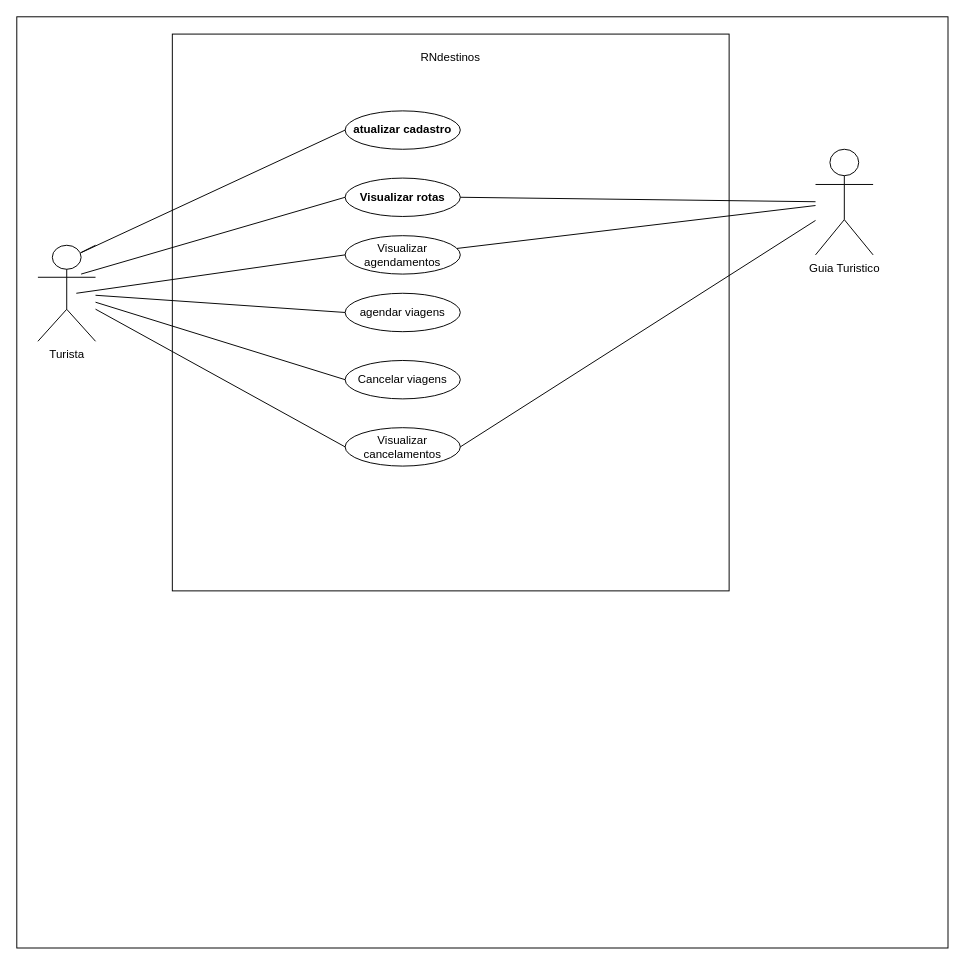
The draw.io diagram documentos/diagramas_casos_de_uso.drawio in manuoliveiraa2/RNdestinos, before the edit. Source tidied: cells renumbered, new cells numbered last; positions are measured from the earlier drawing's top-left corner, leaving out a move shared by most shapes. Both pictures are drawn from the tidied source at 96%, with x=0, y=0 at pixel (16, 16).
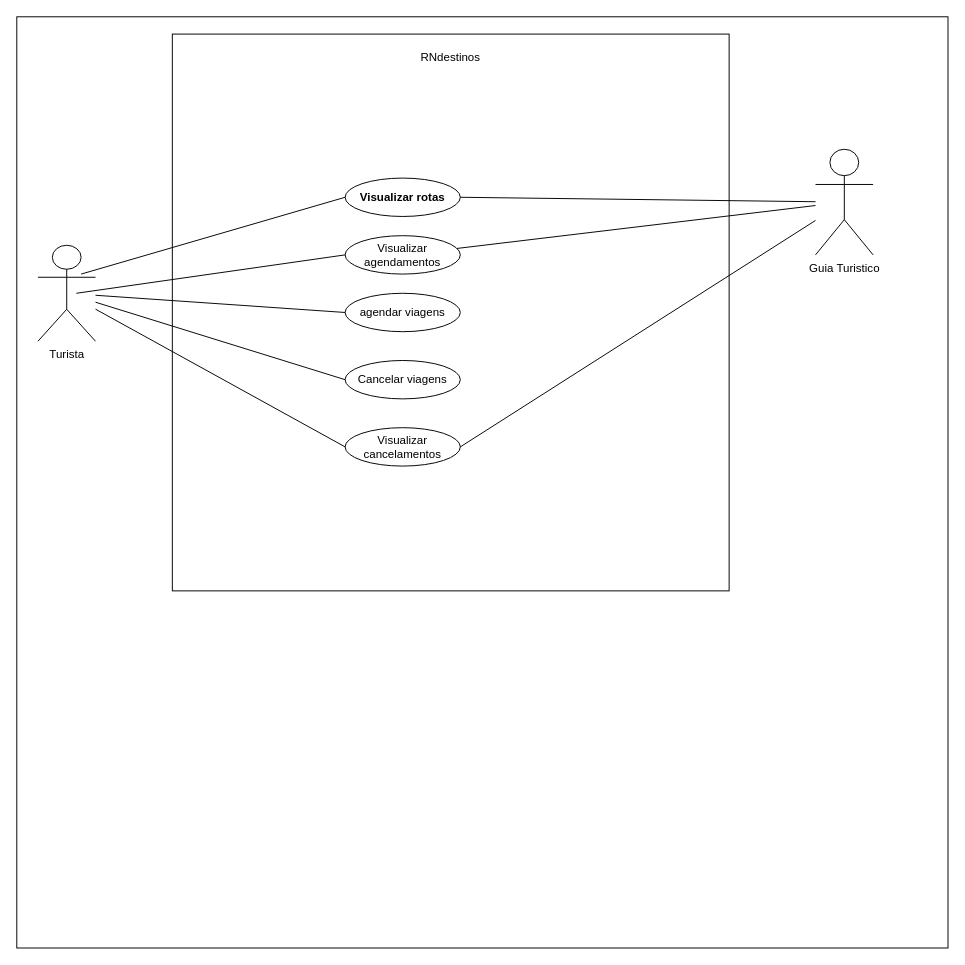
The same page after the edit.

Diff of the diagram source:
```diff
@@
-    <mxCell id="8" value="&lt;b&gt;atualizar cadastro&lt;/b&gt;" style="ellipse;whiteSpace=wrap;html=1;" parent="1" vertex="1">
-      <mxGeometry x="342" y="98" width="120" height="40" as="geometry" />
-    </mxCell>
-    <mxCell id="9" style="endArrow=none;html=1;entryX=0;entryY=0.5;entryDx=0;entryDy=0;" parent="1" edge="1" target="8">
-      <mxGeometry relative="1" as="geometry">
-        <mxPoint x="82" y="238" as="sourcePoint" />
-        <Array as="points">
-          <mxPoint x="62" y="248" />
-        </Array>
-      </mxGeometry>
-    </mxCell>
```
